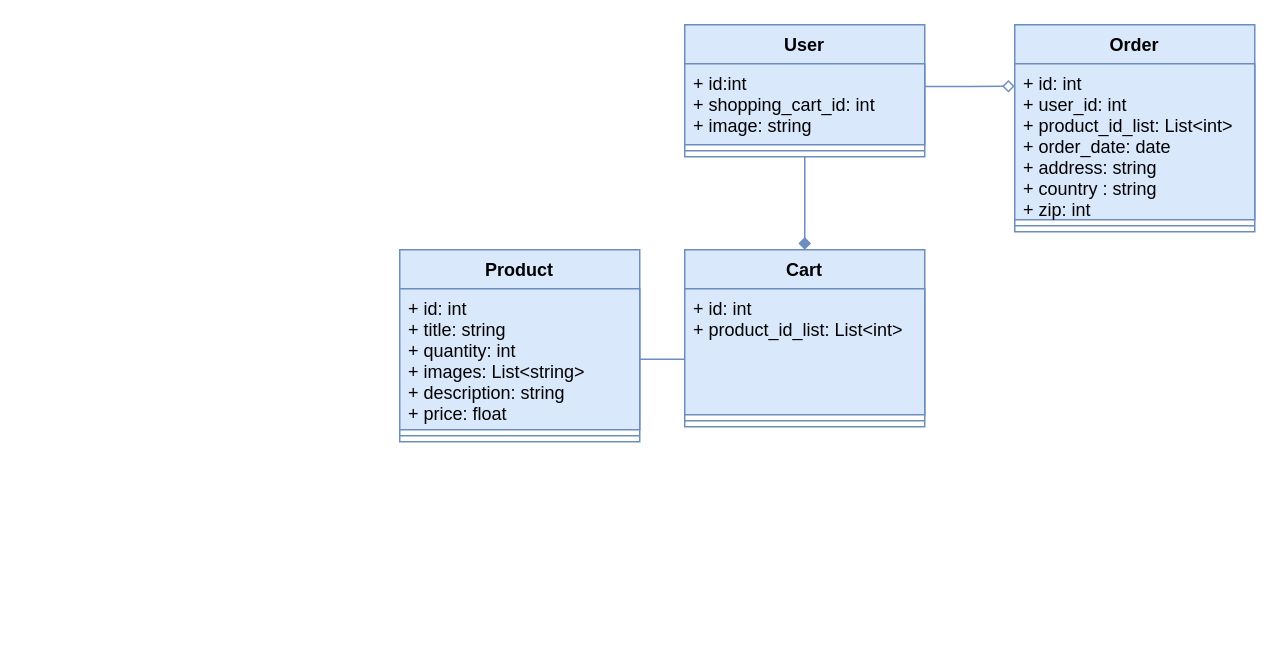
The draw.io diagram documentation/diagrams/class_diagram.drawio in RunarVestmann/verklegtnamskeid2, before the edit. Source tidied: cells renumbered, new cells numbered last; positions are measured from the earlier drawing's top-left corner, leaving out a move shared by most shapes. Both pictures are drawn from the tidied source at 150%, with x=0, y=0 at pixel (399, 24).
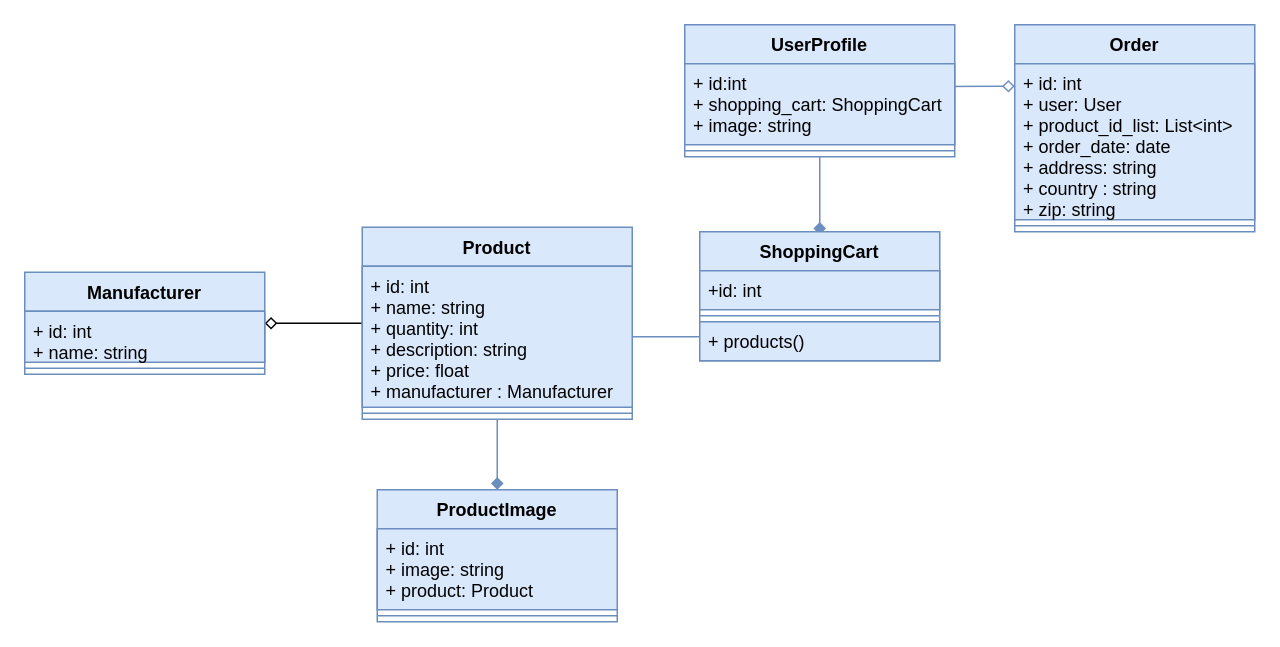
The same diagram, later.

Commit message:
Updated the class diagram, still a WIP

What changed in the source:
```diff
@@
-    <mxCell id="2" style="edgeStyle=orthogonalEdgeStyle;rounded=0;jettySize=auto;html=1;exitX=0.5;exitY=1;exitDx=0;exitDy=0;entryX=0.5;entryY=0;entryDx=0;entryDy=0;endArrow=diamond;endFill=1;fillColor=#dae8fc;strokeColor=#6c8ebf;" parent="1" edge="1" source="3" target="6">
-      <mxGeometry relative="1" as="geometry" />
+    <mxCell id="2" style="edgeStyle=orthogonalEdgeStyle;rounded=0;jettySize=auto;html=1;exitX=0.5;exitY=1;exitDx=0;exitDy=0;entryX=0.5;entryY=0;entryDx=0;entryDy=0;endArrow=diamond;endFill=1;fillColor=#dae8fc;strokeColor=#6c8ebf;" parent="1" edge="1" source="3">
+      <mxGeometry relative="1" as="geometry">
+        <mxPoint x="280" y="140" as="targetPoint" />
+      </mxGeometry>
     </mxCell>
+    <mxCell id="12" style="edgeStyle=orthogonalEdgeStyle;rounded=0;jettySize=auto;html=1;exitX=1;exitY=0.5;exitDx=0;exitDy=0;endArrow=none;endFill=0;fillColor=#dae8fc;strokeColor=#6c8ebf;entryX=0;entryY=0.5;entryDx=0;entryDy=0;" parent="1" edge="1" source="10">
+      <mxGeometry relative="1" as="geometry">
+        <mxPoint x="200" y="208" as="targetPoint" />
+      </mxGeometry>
+    </mxCell>
+    <mxCell id="13" style="edgeStyle=orthogonalEdgeStyle;rounded=0;jettySize=auto;html=1;exitX=1;exitY=0.28;exitDx=0;exitDy=0;entryX=0;entryY=0.144;entryDx=0;entryDy=0;entryPerimeter=0;endArrow=diamond;endFill=0;exitPerimeter=0;fillColor=#dae8fc;strokeColor=#6c8ebf;" parent="1" edge="1" source="4" target="15">
+      <mxGeometry relative="1" as="geometry">
+        <Array as="points">
+          <mxPoint x="360" y="41" />
+        </Array>
+      </mxGeometry>
+    </mxCell>
+    <mxCell id="17" style="edgeStyle=orthogonalEdgeStyle;rounded=0;jettySize=auto;html=1;exitX=0.5;exitY=0;exitDx=0;exitDy=0;entryX=0.5;entryY=1;entryDx=0;entryDy=0;endArrow=none;endFill=0;startArrow=diamond;startFill=1;fillColor=#dae8fc;strokeColor=#6c8ebf;" parent="1" edge="1" source="19" target="9">
+      <mxGeometry relative="1" as="geometry" />
+    </mxCell>
+    <mxCell id="18" style="edgeStyle=orthogonalEdgeStyle;rounded=0;jettySize=auto;html=1;exitX=0;exitY=0.5;exitDx=0;exitDy=0;entryX=1;entryY=0.5;entryDx=0;entryDy=0;startArrow=none;startFill=0;endArrow=diamond;endFill=0;" parent="1" edge="1" source="9" target="22">
+      <mxGeometry relative="1" as="geometry" />
+    </mxCell>
-    <mxCell id="3" value="User" style="swimlane;fontStyle=1;align=center;verticalAlign=top;horizontal=1;startSize=26;fillColor=#dae8fc;strokeColor=#6c8ebf;" parent="1" vertex="1">
-      <mxGeometry x="190" width="160" height="88" as="geometry" />
+    <mxCell id="3" value="UserProfile" style="swimlane;fontStyle=1;align=center;verticalAlign=top;horizontal=1;startSize=26;fillColor=#dae8fc;strokeColor=#6c8ebf;" parent="1" vertex="1">
+      <mxGeometry x="190" width="180" height="88" as="geometry" />
     </mxCell>
-    <mxCell id="4" value="+ id:int&#10;+ shopping_cart_id: int &#10;+ image: string&#10;&#10;" style="text;strokeColor=#6c8ebf;fillColor=#dae8fc;align=left;verticalAlign=top;spacingLeft=4;spacingRight=4;overflow=hidden;points=[[0,0.5],[1,0.5]];portConstraint=eastwest;" parent="3" vertex="1">
-      <mxGeometry y="26" width="160" height="54" as="geometry" />
+    <mxCell id="4" value="+ id:int&#10;+ shopping_cart: ShoppingCart&#10;+ image: string&#10;&#10;" style="text;strokeColor=#6c8ebf;fillColor=#dae8fc;align=left;verticalAlign=top;spacingLeft=4;spacingRight=4;overflow=hidden;points=[[0,0.5],[1,0.5]];portConstraint=eastwest;" parent="3" vertex="1">
+      <mxGeometry y="26" width="180" height="54" as="geometry" />
     </mxCell>
     <mxCell id="5" style="line;strokeWidth=1;fillColor=#dae8fc;align=left;verticalAlign=middle;spacingTop=-1;spacingLeft=3;spacingRight=3;labelPosition=right;strokeColor=#6c8ebf;" parent="3" vertex="1">
-      <mxGeometry y="80" width="160" height="8" as="geometry" />
+      <mxGeometry y="80" width="180" height="8" as="geometry" />
     </mxCell>
-    <mxCell id="6" value="Cart" style="swimlane;fontStyle=1;align=center;verticalAlign=top;horizontal=1;startSize=26;fillColor=#dae8fc;strokeColor=#6c8ebf;" parent="1" vertex="1">
-      <mxGeometry x="190" y="150" width="160" height="118" as="geometry" />
-    </mxCell>
-    <mxCell id="7" value="+ id: int&#10;+ product_id_list: List&lt;int&gt;" style="text;strokeColor=#6c8ebf;fillColor=#dae8fc;align=left;verticalAlign=top;spacingLeft=4;spacingRight=4;overflow=hidden;" parent="6" vertex="1">
-      <mxGeometry y="26" width="160" height="84" as="geometry" />
-    </mxCell>
-    <mxCell id="8" style="line;strokeWidth=1;fillColor=#dae8fc;align=left;verticalAlign=middle;spacingTop=-1;spacingLeft=3;spacingRight=3;labelPosition=right;strokeColor=#6c8ebf;" parent="6" vertex="1">
-      <mxGeometry y="110" width="160" height="8" as="geometry" />
-    </mxCell>
+    <mxCell id="14" value="Order" style="swimlane;fontStyle=1;align=center;verticalAlign=top;horizontal=1;startSize=26;fillColor=#dae8fc;strokeColor=#6c8ebf;" parent="1" vertex="1">
+      <mxGeometry x="410" width="160" height="138" as="geometry" />
+    </mxCell>
+    <mxCell id="15" value="+ id: int&#10;+ user: User&#10;+ product_id_list: List&lt;int&gt;&#10;+ order_date: date&#10;+ address: string&#10;+ country : string&#10;+ zip: string" style="text;strokeColor=#6c8ebf;fillColor=#dae8fc;align=left;verticalAlign=top;spacingLeft=4;spacingRight=4;overflow=hidden;points=[[0,0.5],[1,0.5]];portConstraint=eastwest;" parent="14" vertex="1">
+      <mxGeometry y="26" width="160" height="104" as="geometry" />
+    </mxCell>
+    <mxCell id="16" style="line;strokeWidth=1;fillColor=#dae8fc;align=left;verticalAlign=middle;spacingTop=-1;spacingLeft=3;spacingRight=3;labelPosition=right;strokeColor=#6c8ebf;" parent="14" vertex="1">
+      <mxGeometry y="130" width="160" height="8" as="geometry" />
+    </mxCell>
+    <mxCell id="19" value="ProductImage" style="swimlane;fontStyle=1;align=center;verticalAlign=top;horizontal=1;startSize=26;fillColor=#dae8fc;strokeColor=#6c8ebf;" parent="1" vertex="1">
+      <mxGeometry x="-15" y="310" width="160" height="88" as="geometry" />
+    </mxCell>
+    <mxCell id="20" value="+ id: int&#10;+ image: string&#10;+ product: Product&#10;" style="text;strokeColor=#6c8ebf;fillColor=#dae8fc;align=left;verticalAlign=top;spacingLeft=4;spacingRight=4;overflow=hidden;" parent="19" vertex="1">
+      <mxGeometry y="26" width="160" height="54" as="geometry" />
+    </mxCell>
+    <mxCell id="21" style="line;strokeWidth=1;fillColor=#dae8fc;align=left;verticalAlign=middle;spacingTop=-1;spacingLeft=3;spacingRight=3;labelPosition=right;strokeColor=#6c8ebf;" parent="19" vertex="1">
+      <mxGeometry y="80" width="160" height="8" as="geometry" />
+    </mxCell>
+    <mxCell id="22" value="Manufacturer" style="swimlane;fontStyle=1;align=center;verticalAlign=top;horizontal=1;startSize=26;fillColor=#dae8fc;strokeColor=#6c8ebf;" parent="1" vertex="1">
+      <mxGeometry x="-250" y="165" width="160" height="68" as="geometry" />
+    </mxCell>
+    <mxCell id="23" value="+ id: int&#10;+ name: string" style="text;strokeColor=#6c8ebf;fillColor=#dae8fc;align=left;verticalAlign=top;spacingLeft=4;spacingRight=4;overflow=hidden;" parent="22" vertex="1">
+      <mxGeometry y="26" width="160" height="34" as="geometry" />
+    </mxCell>
+    <mxCell id="24" style="line;strokeWidth=1;fillColor=#dae8fc;align=left;verticalAlign=middle;spacingTop=-1;spacingLeft=3;spacingRight=3;labelPosition=right;strokeColor=#6c8ebf;" parent="22" vertex="1">
+      <mxGeometry y="60" width="160" height="8" as="geometry" />
+    </mxCell>
     <mxCell id="9" value="Product" style="swimlane;fontStyle=1;align=center;verticalAlign=top;horizontal=1;startSize=26;fillColor=#dae8fc;strokeColor=#6c8ebf;" parent="1" vertex="1">
-      <mxGeometry y="150" width="160" height="128" as="geometry" />
+      <mxGeometry x="-25" y="135" width="180" height="128" as="geometry" />
     </mxCell>
-    <mxCell id="10" value="+ id: int&#10;+ title: string&#10;+ quantity: int&#10;+ images: List&lt;string&gt;&#10;+ description: string&#10;+ price: float&#10;&#10;" style="text;strokeColor=#6c8ebf;fillColor=#dae8fc;align=left;verticalAlign=top;spacingLeft=4;spacingRight=4;overflow=hidden;points=[[0,0.5],[1,0.5]];portConstraint=eastwest;" parent="9" vertex="1">
-      <mxGeometry y="26" width="160" height="94" as="geometry" />
+    <mxCell id="10" value="+ id: int&#10;+ name: string&#10;+ quantity: int&#10;+ description: string&#10;+ price: float&#10;+ manufacturer : Manufacturer&#10;" style="text;strokeColor=#6c8ebf;fillColor=#dae8fc;align=left;verticalAlign=top;spacingLeft=4;spacingRight=4;overflow=hidden;points=[[0,0.5],[1,0.5]];portConstraint=eastwest;" parent="9" vertex="1">
+      <mxGeometry y="26" width="180" height="94" as="geometry" />
     </mxCell>
     <mxCell id="11" style="line;strokeWidth=1;fillColor=#dae8fc;align=left;verticalAlign=middle;spacingTop=-1;spacingLeft=3;spacingRight=3;labelPosition=right;strokeColor=#6c8ebf;" parent="9" vertex="1">
-      <mxGeometry y="120" width="160" height="8" as="geometry" />
+      <mxGeometry y="120" width="180" height="8" as="geometry" />
     </mxCell>
-    <mxCell id="12" style="edgeStyle=orthogonalEdgeStyle;rounded=0;jettySize=auto;html=1;exitX=1;exitY=0.5;exitDx=0;exitDy=0;endArrow=none;endFill=0;fillColor=#dae8fc;strokeColor=#6c8ebf;" parent="1" edge="1" source="10">
-      <mxGeometry relative="1" as="geometry">
-        <mxPoint x="190" y="223" as="targetPoint" />
-      </mxGeometry>
-    </mxCell>
-    <mxCell id="13" style="edgeStyle=orthogonalEdgeStyle;rounded=0;jettySize=auto;html=1;exitX=1;exitY=0.28;exitDx=0;exitDy=0;entryX=0;entryY=0.144;entryDx=0;entryDy=0;entryPerimeter=0;endArrow=diamond;endFill=0;exitPerimeter=0;fillColor=#dae8fc;strokeColor=#6c8ebf;" parent="1" edge="1" source="4" target="15">
-      <mxGeometry relative="1" as="geometry">
-        <Array as="points">
-          <mxPoint x="380" y="41" />
-        </Array>
-      </mxGeometry>
-    </mxCell>
-    <mxCell id="14" value="Order" style="swimlane;fontStyle=1;align=center;verticalAlign=top;horizontal=1;startSize=26;fillColor=#dae8fc;strokeColor=#6c8ebf;" parent="1" vertex="1">
-      <mxGeometry x="410" width="160" height="138" as="geometry" />
-    </mxCell>
-    <mxCell id="15" value="+ id: int&#10;+ user_id: int&#10;+ product_id_list: List&lt;int&gt;&#10;+ order_date: date&#10;+ address: string&#10;+ country : string&#10;+ zip: int" style="text;strokeColor=#6c8ebf;fillColor=#dae8fc;align=left;verticalAlign=top;spacingLeft=4;spacingRight=4;overflow=hidden;points=[[0,0.5],[1,0.5]];portConstraint=eastwest;" parent="14" vertex="1">
-      <mxGeometry y="26" width="160" height="104" as="geometry" />
-    </mxCell>
-    <mxCell id="16" style="line;strokeWidth=1;fillColor=#dae8fc;align=left;verticalAlign=middle;spacingTop=-1;spacingLeft=3;spacingRight=3;labelPosition=right;strokeColor=#6c8ebf;" parent="14" vertex="1">
-      <mxGeometry y="130" width="160" height="8" as="geometry" />
-    </mxCell>
+    <mxCell id="25" value="ShoppingCart" style="swimlane;fontStyle=1;align=center;verticalAlign=top;horizontal=1;startSize=26;fillColor=#dae8fc;strokeColor=#6c8ebf;" parent="1" vertex="1">
+      <mxGeometry x="200" y="138" width="160" height="86" as="geometry" />
+    </mxCell>
+    <mxCell id="26" value="+id: int" style="text;strokeColor=#6c8ebf;fillColor=#dae8fc;align=left;verticalAlign=top;spacingLeft=4;spacingRight=4;overflow=hidden;" parent="25" vertex="1">
+      <mxGeometry y="26" width="160" height="26" as="geometry" />
+    </mxCell>
+    <mxCell id="27" style="line;strokeWidth=1;fillColor=#dae8fc;align=left;verticalAlign=middle;spacingTop=-1;spacingLeft=3;spacingRight=3;labelPosition=right;strokeColor=#6c8ebf;" parent="25" vertex="1">
+      <mxGeometry y="52" width="160" height="8" as="geometry" />
+    </mxCell>
+    <mxCell id="28" value="+ products()" style="text;strokeColor=#6c8ebf;fillColor=#dae8fc;align=left;verticalAlign=top;spacingLeft=4;spacingRight=4;overflow=hidden;" parent="25" vertex="1">
+      <mxGeometry y="60" width="160" height="26" as="geometry" />
+    </mxCell>
```
